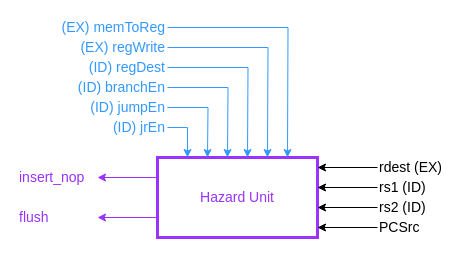
Before: page "HU" (10 of 16) of docs/dlx_architecture.drawio in lorenzobadas/DLX, a draw.io diagram. Source tidied: cells renumbered, new cells numbered last; positions are measured from the earlier drawing's top-left corner, leaving out a move shared by most shapes. Both pictures are drawn from the tidied source at 100%, with x=0, y=0 at pixel (17, 17).
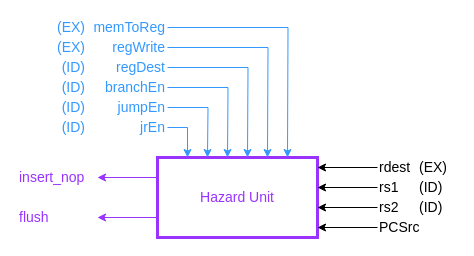
The same diagram, later.

Diff of the diagram source:
```diff
@@
-    <mxCell id="9" value="rs1 (ID)" style="text;html=1;align=left;verticalAlign=middle;whiteSpace=wrap;rounded=0;fontSize=14;fontColor=default;" parent="1" vertex="1">
+    <mxCell id="9" value="rs1" style="text;html=1;align=left;verticalAlign=middle;whiteSpace=wrap;rounded=0;fontSize=14;fontColor=default;" parent="1" vertex="1">
       <mxGeometry x="360" y="160" width="70" height="20" as="geometry" />
     </mxCell>
@@
-    <mxCell id="11" value="rs2 (ID)" style="text;html=1;align=left;verticalAlign=middle;whiteSpace=wrap;rounded=0;fontSize=14;fontColor=default;" parent="1" vertex="1">
+    <mxCell id="11" value="rs2" style="text;html=1;align=left;verticalAlign=middle;whiteSpace=wrap;rounded=0;fontSize=14;fontColor=default;" parent="1" vertex="1">
       <mxGeometry x="360" y="180" width="70" height="20" as="geometry" />
     </mxCell>
@@
-    <mxCell id="14" value="rdest (EX)" style="text;html=1;align=left;verticalAlign=middle;whiteSpace=wrap;rounded=0;fontSize=14;fontColor=default;" parent="1" vertex="1">
+    <mxCell id="14" value="rdest" style="text;html=1;align=left;verticalAlign=middle;whiteSpace=wrap;rounded=0;fontSize=14;fontColor=default;" parent="1" vertex="1">
       <mxGeometry x="360" y="140" width="70" height="20" as="geometry" />
     </mxCell>
@@
-    <mxCell id="16" value="&lt;span style=&quot;color: rgb(51, 153, 255);&quot;&gt;(ID) jumpEn&lt;/span&gt;" style="text;html=1;align=right;verticalAlign=middle;whiteSpace=wrap;rounded=0;fontSize=14;" parent="1" vertex="1">
+    <mxCell id="16" value="&lt;span style=&quot;color: rgb(51, 153, 255);&quot;&gt;jumpEn&lt;/span&gt;" style="text;html=1;align=right;verticalAlign=middle;whiteSpace=wrap;rounded=0;fontSize=14;" parent="1" vertex="1">
       <mxGeometry x="50" y="80" width="100" height="20" as="geometry" />
     </mxCell>
@@
-    <mxCell id="18" value="&lt;font style=&quot;color: rgb(51, 153, 255);&quot;&gt;(ID) regDest&lt;/font&gt;" style="text;html=1;align=right;verticalAlign=middle;whiteSpace=wrap;rounded=0;fontSize=14;" parent="1" vertex="1">
+    <mxCell id="18" value="&lt;font style=&quot;color: rgb(51, 153, 255);&quot;&gt;regDest&lt;/font&gt;" style="text;html=1;align=right;verticalAlign=middle;whiteSpace=wrap;rounded=0;fontSize=14;" parent="1" vertex="1">
       <mxGeometry x="50" y="40" width="100" height="20" as="geometry" />
     </mxCell>
@@
-    <mxCell id="20" value="&lt;span style=&quot;color: rgb(51, 153, 255);&quot;&gt;(ID) jrEn&lt;/span&gt;" style="text;html=1;align=right;verticalAlign=middle;whiteSpace=wrap;rounded=0;fontSize=14;" parent="1" vertex="1">
+    <mxCell id="20" value="&lt;span style=&quot;color: rgb(51, 153, 255);&quot;&gt;jrEn&lt;/span&gt;" style="text;html=1;align=right;verticalAlign=middle;whiteSpace=wrap;rounded=0;fontSize=14;" parent="1" vertex="1">
       <mxGeometry x="50" y="100" width="100" height="20" as="geometry" />
     </mxCell>
@@
-    <mxCell id="22" value="&lt;font color=&quot;#3399ff&quot;&gt;(ID) branchEn&lt;/font&gt;" style="text;html=1;align=right;verticalAlign=middle;whiteSpace=wrap;rounded=0;fontSize=14;" parent="1" vertex="1">
+    <mxCell id="22" value="&lt;font color=&quot;#3399ff&quot;&gt;branchEn&lt;/font&gt;" style="text;html=1;align=right;verticalAlign=middle;whiteSpace=wrap;rounded=0;fontSize=14;" parent="1" vertex="1">
       <mxGeometry x="50" y="60" width="100" height="20" as="geometry" />
     </mxCell>
@@
-    <mxCell id="24" value="&lt;font style=&quot;color: rgb(51, 153, 255);&quot;&gt;(EX) regWrite&lt;/font&gt;" style="text;html=1;align=right;verticalAlign=middle;whiteSpace=wrap;rounded=0;fontSize=14;" parent="1" vertex="1">
+    <mxCell id="24" value="&lt;font style=&quot;color: rgb(51, 153, 255);&quot;&gt;regWrite&lt;/font&gt;" style="text;html=1;align=right;verticalAlign=middle;whiteSpace=wrap;rounded=0;fontSize=14;" parent="1" vertex="1">
       <mxGeometry x="30" y="20" width="120" height="20" as="geometry" />
     </mxCell>
@@
-    <mxCell id="26" value="&lt;font style=&quot;color: rgb(51, 153, 255);&quot;&gt;(EX) memToReg&lt;/font&gt;" style="text;html=1;align=right;verticalAlign=middle;whiteSpace=wrap;rounded=0;fontSize=14;" parent="1" vertex="1">
+    <mxCell id="26" value="&lt;font style=&quot;color: rgb(51, 153, 255);&quot;&gt;memToReg&lt;/font&gt;" style="text;html=1;align=right;verticalAlign=middle;whiteSpace=wrap;rounded=0;fontSize=14;" parent="1" vertex="1">
       <mxGeometry x="30" width="120" height="20" as="geometry" />
     </mxCell>
+    <mxCell id="27" value="&lt;font style=&quot;color: rgb(51, 153, 255);&quot;&gt;(EX)&lt;/font&gt;" style="text;html=1;align=right;verticalAlign=middle;whiteSpace=wrap;rounded=0;fontSize=14;" parent="1" vertex="1">
+      <mxGeometry x="30" width="40" height="20" as="geometry" />
+    </mxCell>
+    <mxCell id="28" value="&lt;font style=&quot;color: rgb(51, 153, 255);&quot;&gt;(EX)&lt;/font&gt;" style="text;html=1;align=right;verticalAlign=middle;whiteSpace=wrap;rounded=0;fontSize=14;" parent="1" vertex="1">
+      <mxGeometry x="30" y="20" width="40" height="20" as="geometry" />
+    </mxCell>
+    <mxCell id="29" value="&lt;font style=&quot;color: rgb(51, 153, 255);&quot;&gt;(ID)&lt;/font&gt;" style="text;html=1;align=right;verticalAlign=middle;whiteSpace=wrap;rounded=0;fontSize=14;" parent="1" vertex="1">
+      <mxGeometry x="30" y="40" width="40" height="20" as="geometry" />
+    </mxCell>
+    <mxCell id="30" value="&lt;font style=&quot;color: rgb(51, 153, 255);&quot;&gt;(ID)&lt;/font&gt;" style="text;html=1;align=right;verticalAlign=middle;whiteSpace=wrap;rounded=0;fontSize=14;" parent="1" vertex="1">
+      <mxGeometry x="30" y="60" width="40" height="20" as="geometry" />
+    </mxCell>
+    <mxCell id="31" value="&lt;font style=&quot;color: rgb(51, 153, 255);&quot;&gt;(ID)&lt;/font&gt;" style="text;html=1;align=right;verticalAlign=middle;whiteSpace=wrap;rounded=0;fontSize=14;" parent="1" vertex="1">
+      <mxGeometry x="30" y="80" width="40" height="20" as="geometry" />
+    </mxCell>
+    <mxCell id="32" value="&lt;font style=&quot;color: rgb(51, 153, 255);&quot;&gt;(ID)&lt;/font&gt;" style="text;html=1;align=right;verticalAlign=middle;whiteSpace=wrap;rounded=0;fontSize=14;" parent="1" vertex="1">
+      <mxGeometry x="30" y="100" width="40" height="20" as="geometry" />
+    </mxCell>
+    <mxCell id="33" value="&lt;font style=&quot;&quot;&gt;(EX)&lt;/font&gt;" style="text;html=1;align=left;verticalAlign=middle;whiteSpace=wrap;rounded=0;fontSize=14;fontColor=#000000;" parent="1" vertex="1">
+      <mxGeometry x="400" y="140" width="40" height="20" as="geometry" />
+    </mxCell>
+    <mxCell id="34" value="&lt;font style=&quot;&quot;&gt;(ID)&lt;/font&gt;" style="text;html=1;align=left;verticalAlign=middle;whiteSpace=wrap;rounded=0;fontSize=14;fontColor=#000000;" parent="1" vertex="1">
+      <mxGeometry x="400" y="160" width="40" height="20" as="geometry" />
+    </mxCell>
+    <mxCell id="35" value="&lt;font style=&quot;&quot;&gt;(ID)&lt;/font&gt;" style="text;html=1;align=left;verticalAlign=middle;whiteSpace=wrap;rounded=0;fontSize=14;fontColor=#000000;" parent="1" vertex="1">
+      <mxGeometry x="400" y="180" width="40" height="20" as="geometry" />
+    </mxCell>
```
